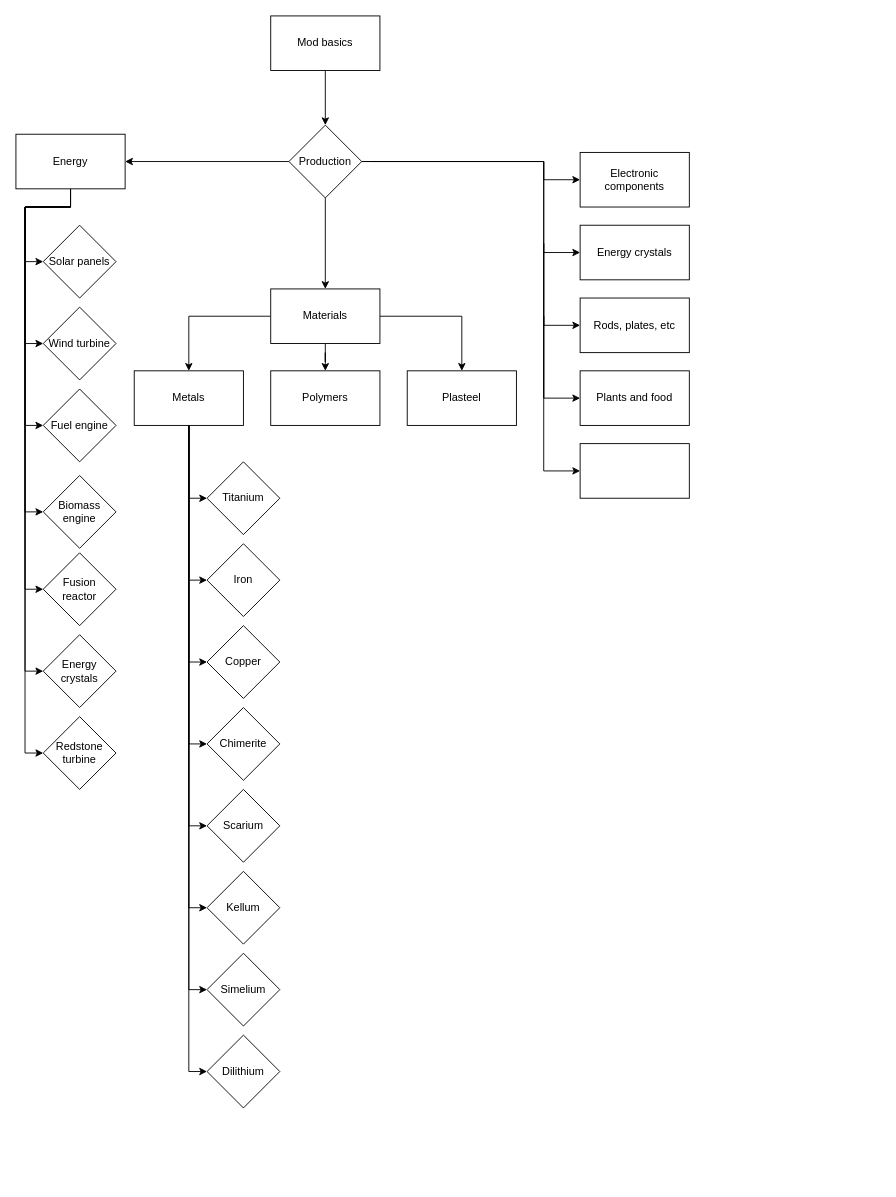
Above: page "BASICS" (8 of 8) of SynchromaProgression.drawio in x3rdev/Synchroma (draw.io), before the change. Source tidied: cells renumbered, new cells numbered last; positions are measured from the earlier drawing's top-left corner, leaving out a move shared by most shapes. Both pictures are drawn from the tidied source at 91%, with x=0, y=0 at pixel (15, 15).
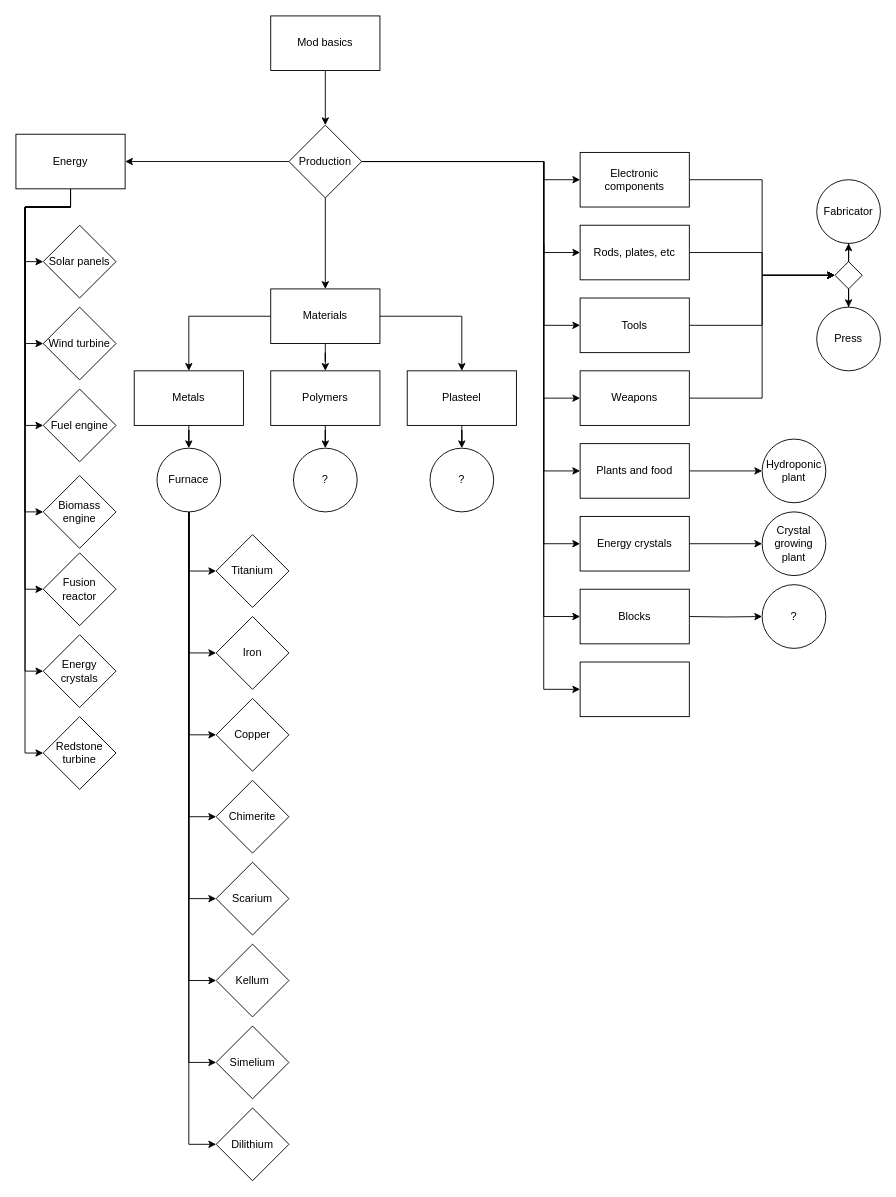
The same page after the edit.

Unchanged cells that the change refers to:
```xml
<mxCell id="8" value="Production" style="rhombus;whiteSpace=wrap;html=1;" parent="1" vertex="1">
  <mxGeometry x="300" y="120" width="80" height="80" as="geometry" />
</mxCell>
<mxCell id="36" value="Metals" style="rounded=0;whiteSpace=wrap;html=1;" parent="1" vertex="1">
  <mxGeometry x="130" y="390" width="120" height="60" as="geometry" />
</mxCell>
<mxCell id="37" value="Polymers" style="whiteSpace=wrap;html=1;rounded=0;" parent="1" vertex="1">
  <mxGeometry x="280" y="390" width="120" height="60" as="geometry" />
</mxCell>
<mxCell id="46" value="Electronic components" style="rounded=0;whiteSpace=wrap;html=1;" parent="1" vertex="1">
  <mxGeometry x="620" y="150" width="120" height="60" as="geometry" />
</mxCell>
<mxCell id="52" value="Plasteel" style="whiteSpace=wrap;html=1;rounded=0;" parent="1" vertex="1">
  <mxGeometry x="430" y="390" width="120" height="60" as="geometry" />
</mxCell>
```

Diff of the diagram source:
```diff
@@
     <mxCell id="6" style="edgeStyle=orthogonalEdgeStyle;rounded=0;jettySize=auto;html=1;entryX=0;entryY=0.5;entryDx=0;entryDy=0;exitX=1;exitY=0.5;exitDx=0;exitDy=0;" parent="1" edge="1" source="8" target="47">
       <mxGeometry relative="1" as="geometry">
         <Array as="points">
           <mxPoint x="580" y="160" />
-          <mxPoint x="580" y="260" />
+          <mxPoint x="580" y="580" />
         </Array>
       </mxGeometry>
     </mxCell>
@@
+    <mxCell id="55" style="edgeStyle=orthogonalEdgeStyle;rounded=0;jettySize=auto;html=1;entryX=0;entryY=0.5;entryDx=0;entryDy=0;" parent="1" edge="1" source="8" target="67">
+      <mxGeometry relative="1" as="geometry">
+        <Array as="points">
+          <mxPoint x="580" y="160" />
+          <mxPoint x="580" y="340" />
+        </Array>
+      </mxGeometry>
+    </mxCell>
+    <mxCell id="56" style="edgeStyle=orthogonalEdgeStyle;rounded=0;jettySize=auto;html=1;entryX=0;entryY=0.5;entryDx=0;entryDy=0;" parent="1" edge="1" source="8" target="68">
+      <mxGeometry relative="1" as="geometry">
+        <Array as="points">
+          <mxPoint x="580" y="160" />
+          <mxPoint x="580" y="660" />
+        </Array>
+      </mxGeometry>
+    </mxCell>
+    <mxCell id="57" style="edgeStyle=orthogonalEdgeStyle;rounded=0;jettySize=auto;html=1;entryX=0;entryY=0.5;entryDx=0;entryDy=0;" parent="1" edge="1" source="8" target="69">
+      <mxGeometry relative="1" as="geometry">
+        <Array as="points">
+          <mxPoint x="580" y="160" />
+          <mxPoint x="580" y="740" />
+        </Array>
+      </mxGeometry>
+    </mxCell>
@@
-    <mxCell id="28" style="edgeStyle=orthogonalEdgeStyle;rounded=0;jettySize=auto;html=1;entryX=0;entryY=0.5;entryDx=0;entryDy=0;" parent="1" edge="1" source="36" target="38">
-      <mxGeometry relative="1" as="geometry">
-        <Array as="points">
-          <mxPoint x="190" y="530" />
-        </Array>
-      </mxGeometry>
-    </mxCell>
-    <mxCell id="29" style="edgeStyle=orthogonalEdgeStyle;rounded=0;jettySize=auto;html=1;entryX=0;entryY=0.5;entryDx=0;entryDy=0;" parent="1" edge="1" source="36" target="45">
-      <mxGeometry relative="1" as="geometry">
-        <Array as="points">
-          <mxPoint x="190" y="1160" />
-        </Array>
-      </mxGeometry>
-    </mxCell>
-    <mxCell id="30" style="edgeStyle=orthogonalEdgeStyle;rounded=0;jettySize=auto;html=1;entryX=0;entryY=0.5;entryDx=0;entryDy=0;" parent="1" edge="1" source="36" target="39">
-      <mxGeometry relative="1" as="geometry">
-        <Array as="points">
-          <mxPoint x="190" y="620" />
-        </Array>
-      </mxGeometry>
-    </mxCell>
-    <mxCell id="31" style="edgeStyle=orthogonalEdgeStyle;rounded=0;jettySize=auto;html=1;entryX=0;entryY=0.5;entryDx=0;entryDy=0;" parent="1" edge="1" source="36" target="40">
-      <mxGeometry relative="1" as="geometry" />
-    </mxCell>
-    <mxCell id="32" style="edgeStyle=orthogonalEdgeStyle;rounded=0;jettySize=auto;html=1;entryX=0;entryY=0.5;entryDx=0;entryDy=0;" parent="1" edge="1" source="36" target="41">
-      <mxGeometry relative="1" as="geometry" />
-    </mxCell>
-    <mxCell id="33" style="edgeStyle=orthogonalEdgeStyle;rounded=0;jettySize=auto;html=1;entryX=0;entryY=0.5;entryDx=0;entryDy=0;" parent="1" edge="1" source="36" target="42">
-      <mxGeometry relative="1" as="geometry" />
-    </mxCell>
-    <mxCell id="34" style="edgeStyle=orthogonalEdgeStyle;rounded=0;jettySize=auto;html=1;entryX=0;entryY=0.5;entryDx=0;entryDy=0;" parent="1" edge="1" source="36" target="43">
-      <mxGeometry relative="1" as="geometry" />
-    </mxCell>
-    <mxCell id="35" style="edgeStyle=orthogonalEdgeStyle;rounded=0;jettySize=auto;html=1;entryX=0;entryY=0.5;entryDx=0;entryDy=0;" parent="1" edge="1" source="36" target="44">
-      <mxGeometry relative="1" as="geometry" />
-    </mxCell>
+    <mxCell id="58" style="edgeStyle=orthogonalEdgeStyle;rounded=0;jettySize=auto;html=1;entryX=0.5;entryY=0;entryDx=0;entryDy=0;" parent="1" edge="1" source="36" target="82">
+      <mxGeometry relative="1" as="geometry" />
+    </mxCell>
@@
+    <mxCell id="59" style="edgeStyle=orthogonalEdgeStyle;rounded=0;jettySize=auto;html=1;" parent="1" edge="1" source="37" target="83">
+      <mxGeometry relative="1" as="geometry" />
+    </mxCell>
@@
     <mxCell id="38" value="Titanium" style="rhombus;whiteSpace=wrap;html=1;" parent="1" vertex="1">
-      <mxGeometry x="210" y="490" width="80" height="80" as="geometry" />
+      <mxGeometry x="220" y="570" width="80" height="80" as="geometry" />
     </mxCell>
     <mxCell id="39" value="Iron" style="rhombus;whiteSpace=wrap;html=1;" parent="1" vertex="1">
-      <mxGeometry x="210" y="580" width="80" height="80" as="geometry" />
+      <mxGeometry x="220" y="660" width="80" height="80" as="geometry" />
     </mxCell>
     <mxCell id="40" value="Copper" style="rhombus;whiteSpace=wrap;html=1;" parent="1" vertex="1">
-      <mxGeometry x="210" y="670" width="80" height="80" as="geometry" />
+      <mxGeometry x="220" y="750" width="80" height="80" as="geometry" />
     </mxCell>
     <mxCell id="41" value="Сhimerite" style="rhombus;whiteSpace=wrap;html=1;" parent="1" vertex="1">
-      <mxGeometry x="210" y="760" width="80" height="80" as="geometry" />
+      <mxGeometry x="220" y="840" width="80" height="80" as="geometry" />
     </mxCell>
     <mxCell id="42" value="Scarium" style="rhombus;whiteSpace=wrap;html=1;" parent="1" vertex="1">
-      <mxGeometry x="210" y="850" width="80" height="80" as="geometry" />
+      <mxGeometry x="220" y="930" width="80" height="80" as="geometry" />
     </mxCell>
     <mxCell id="43" value="Kellum" style="rhombus;whiteSpace=wrap;html=1;" parent="1" vertex="1">
-      <mxGeometry x="210" y="940" width="80" height="80" as="geometry" />
+      <mxGeometry x="220" y="1020" width="80" height="80" as="geometry" />
     </mxCell>
     <mxCell id="44" value="Simelium" style="rhombus;whiteSpace=wrap;html=1;" parent="1" vertex="1">
-      <mxGeometry x="210" y="1030" width="80" height="80" as="geometry" />
+      <mxGeometry x="220" y="1110" width="80" height="80" as="geometry" />
     </mxCell>
     <mxCell id="45" value="Dilithium" style="rhombus;whiteSpace=wrap;html=1;" parent="1" vertex="1">
-      <mxGeometry x="210" y="1120" width="80" height="80" as="geometry" />
+      <mxGeometry x="220" y="1200" width="80" height="80" as="geometry" />
     </mxCell>
+    <mxCell id="60" style="edgeStyle=orthogonalEdgeStyle;rounded=0;jettySize=auto;html=1;entryX=0;entryY=0.5;entryDx=0;entryDy=0;" parent="1" edge="1" source="46" target="89">
+      <mxGeometry relative="1" as="geometry" />
+    </mxCell>
@@
+    <mxCell id="61" style="edgeStyle=orthogonalEdgeStyle;rounded=0;jettySize=auto;html=1;entryX=0;entryY=0.5;entryDx=0;entryDy=0;" parent="1" edge="1" source="47" target="70">
+      <mxGeometry relative="1" as="geometry" />
+    </mxCell>
     <mxCell id="47" value="Energy crystals" style="rounded=0;whiteSpace=wrap;html=1;" parent="1" vertex="1">
-      <mxGeometry x="620" y="230" width="120" height="60" as="geometry" />
+      <mxGeometry x="620" y="550" width="120" height="60" as="geometry" />
     </mxCell>
     <mxCell id="48" style="edgeStyle=orthogonalEdgeStyle;rounded=0;jettySize=auto;html=1;entryX=0;entryY=0.5;entryDx=0;entryDy=0;" parent="1" edge="1" target="49">
       <mxGeometry relative="1" as="geometry">
         <mxPoint x="380" y="160" as="sourcePoint" />
         <Array as="points">
           <mxPoint x="580" y="160" />
-          <mxPoint x="580" y="340" />
+          <mxPoint x="580" y="260" />
         </Array>
       </mxGeometry>
     </mxCell>
+    <mxCell id="62" style="edgeStyle=orthogonalEdgeStyle;rounded=0;jettySize=auto;html=1;entryX=0;entryY=0.5;entryDx=0;entryDy=0;" parent="1" edge="1" source="49" target="89">
+      <mxGeometry relative="1" as="geometry" />
+    </mxCell>
     <mxCell id="49" value="Rods, plates, etc" style="rounded=0;whiteSpace=wrap;html=1;" parent="1" vertex="1">
-      <mxGeometry x="620" y="310" width="120" height="60" as="geometry" />
+      <mxGeometry x="620" y="230" width="120" height="60" as="geometry" />
     </mxCell>
@@
+    <mxCell id="63" style="edgeStyle=orthogonalEdgeStyle;rounded=0;jettySize=auto;html=1;entryX=0;entryY=0.5;entryDx=0;entryDy=0;" parent="1" edge="1" source="51" target="71">
+      <mxGeometry relative="1" as="geometry" />
+    </mxCell>
     <mxCell id="51" value="Plants and food" style="rounded=0;whiteSpace=wrap;html=1;" parent="1" vertex="1">
-      <mxGeometry x="620" y="390" width="120" height="60" as="geometry" />
+      <mxGeometry x="620" y="470" width="120" height="60" as="geometry" />
     </mxCell>
+    <mxCell id="64" style="edgeStyle=orthogonalEdgeStyle;rounded=0;jettySize=auto;html=1;" parent="1" edge="1" source="52" target="84">
+      <mxGeometry relative="1" as="geometry" />
+    </mxCell>
@@
+    <mxCell id="65" style="edgeStyle=orthogonalEdgeStyle;rounded=0;jettySize=auto;html=1;entryX=0;entryY=0.5;entryDx=0;entryDy=0;" parent="1" edge="1" source="53" target="89">
+      <mxGeometry relative="1" as="geometry" />
+    </mxCell>
-    <mxCell id="53" style="rounded=0;whiteSpace=wrap;html=1;" parent="1" vertex="1">
-      <mxGeometry x="620" y="470" width="120" height="60" as="geometry" />
+    <mxCell id="53" value="Weapons" style="rounded=0;whiteSpace=wrap;html=1;" parent="1" vertex="1">
+      <mxGeometry x="620" y="390" width="120" height="60" as="geometry" />
     </mxCell>
-    <mxCell id="54" style="edgeStyle=orthogonalEdgeStyle;rounded=0;orthogonalLoop=1;jettySize=auto;html=1;entryX=0;entryY=0.5;entryDx=0;entryDy=0;" parent="1" edge="1">
+    <mxCell id="54" style="edgeStyle=orthogonalEdgeStyle;rounded=0;jettySize=auto;html=1;entryX=0;entryY=0.5;entryDx=0;entryDy=0;" parent="1" edge="1" target="53">
       <mxGeometry relative="1" as="geometry">
         <mxPoint x="580" y="420" as="sourcePoint" />
-        <mxPoint x="620" y="500" as="targetPoint" />
         <Array as="points">
-          <mxPoint x="580" y="330" />
-          <mxPoint x="580" y="520" />
+          <mxPoint x="600" y="420" />
+          <mxPoint x="600" y="420" />
         </Array>
       </mxGeometry>
     </mxCell>
+    <mxCell id="66" style="edgeStyle=orthogonalEdgeStyle;rounded=0;jettySize=auto;html=1;entryX=0;entryY=0.5;entryDx=0;entryDy=0;" parent="1" edge="1" source="67" target="89">
+      <mxGeometry relative="1" as="geometry" />
+    </mxCell>
+    <mxCell id="67" value="Tools" style="rounded=0;whiteSpace=wrap;html=1;" parent="1" vertex="1">
+      <mxGeometry x="620" y="310" width="120" height="60" as="geometry" />
+    </mxCell>
+    <mxCell id="68" value="Blocks" style="rounded=0;whiteSpace=wrap;html=1;" parent="1" vertex="1">
+      <mxGeometry x="620" y="630" width="120" height="60" as="geometry" />
+    </mxCell>
+    <mxCell id="69" style="rounded=0;whiteSpace=wrap;html=1;" parent="1" vertex="1">
+      <mxGeometry x="620" y="710" width="120" height="60" as="geometry" />
+    </mxCell>
+    <mxCell id="70" value="Crystal growing plant" style="ellipse;whiteSpace=wrap;html=1;" parent="1" vertex="1">
+      <mxGeometry x="820" y="545" width="70" height="70" as="geometry" />
+    </mxCell>
+    <mxCell id="71" value="Hydroponic plant" style="ellipse;whiteSpace=wrap;html=1;" parent="1" vertex="1">
+      <mxGeometry x="820" y="465" width="70" height="70" as="geometry" />
+    </mxCell>
+    <mxCell id="72" style="edgeStyle=orthogonalEdgeStyle;rounded=0;jettySize=auto;html=1;entryX=0;entryY=0.5;entryDx=0;entryDy=0;" parent="1" edge="1" target="73">
+      <mxGeometry relative="1" as="geometry">
+        <mxPoint x="740" y="660" as="sourcePoint" />
+      </mxGeometry>
+    </mxCell>
+    <mxCell id="73" value="?" style="ellipse;whiteSpace=wrap;html=1;" parent="1" vertex="1">
+      <mxGeometry x="820" y="625" width="70" height="70" as="geometry" />
+    </mxCell>
+    <mxCell id="74" style="edgeStyle=orthogonalEdgeStyle;rounded=0;jettySize=auto;html=1;entryX=0;entryY=0.5;entryDx=0;entryDy=0;" parent="1" edge="1" source="82" target="38">
+      <mxGeometry relative="1" as="geometry" />
+    </mxCell>
+    <mxCell id="75" style="edgeStyle=orthogonalEdgeStyle;rounded=0;jettySize=auto;html=1;entryX=0;entryY=0.5;entryDx=0;entryDy=0;" parent="1" edge="1" source="82" target="39">
+      <mxGeometry relative="1" as="geometry" />
+    </mxCell>
+    <mxCell id="76" style="edgeStyle=orthogonalEdgeStyle;rounded=0;jettySize=auto;html=1;entryX=0;entryY=0.5;entryDx=0;entryDy=0;" parent="1" edge="1" source="82" target="40">
+      <mxGeometry relative="1" as="geometry" />
+    </mxCell>
+    <mxCell id="77" style="edgeStyle=orthogonalEdgeStyle;rounded=0;jettySize=auto;html=1;entryX=0;entryY=0.5;entryDx=0;entryDy=0;" parent="1" edge="1" source="82" target="41">
+      <mxGeometry relative="1" as="geometry" />
+    </mxCell>
+    <mxCell id="78" style="edgeStyle=orthogonalEdgeStyle;rounded=0;jettySize=auto;html=1;entryX=0;entryY=0.5;entryDx=0;entryDy=0;" parent="1" edge="1" source="82" target="42">
+      <mxGeometry relative="1" as="geometry" />
+    </mxCell>
+    <mxCell id="79" style="edgeStyle=orthogonalEdgeStyle;rounded=0;jettySize=auto;html=1;entryX=0;entryY=0.5;entryDx=0;entryDy=0;" parent="1" edge="1" source="82" target="43">
+      <mxGeometry relative="1" as="geometry" />
+    </mxCell>
+    <mxCell id="80" style="edgeStyle=orthogonalEdgeStyle;rounded=0;jettySize=auto;html=1;entryX=0;entryY=0.5;entryDx=0;entryDy=0;" parent="1" edge="1" source="82" target="44">
+      <mxGeometry relative="1" as="geometry" />
+    </mxCell>
+    <mxCell id="81" style="edgeStyle=orthogonalEdgeStyle;rounded=0;jettySize=auto;html=1;entryX=0;entryY=0.5;entryDx=0;entryDy=0;" parent="1" edge="1" source="82" target="45">
+      <mxGeometry relative="1" as="geometry" />
+    </mxCell>
+    <mxCell id="82" value="Furnace" style="ellipse;whiteSpace=wrap;html=1;" parent="1" vertex="1">
+      <mxGeometry x="155" y="475" width="70" height="70" as="geometry" />
+    </mxCell>
+    <mxCell id="83" value="?" style="ellipse;whiteSpace=wrap;html=1;" parent="1" vertex="1">
+      <mxGeometry x="305" y="475" width="70" height="70" as="geometry" />
+    </mxCell>
+    <mxCell id="84" value="?" style="ellipse;whiteSpace=wrap;html=1;" parent="1" vertex="1">
+      <mxGeometry x="455" y="475" width="70" height="70" as="geometry" />
+    </mxCell>
+    <mxCell id="85" value="Fabricator" style="ellipse;whiteSpace=wrap;html=1;" parent="1" vertex="1">
+      <mxGeometry x="880" y="180" width="70" height="70" as="geometry" />
+    </mxCell>
+    <mxCell id="86" value="Press" style="ellipse;whiteSpace=wrap;html=1;" parent="1" vertex="1">
+      <mxGeometry x="880" y="320" width="70" height="70" as="geometry" />
+    </mxCell>
+    <mxCell id="87" style="edgeStyle=orthogonalEdgeStyle;rounded=0;jettySize=auto;html=1;" parent="1" edge="1" source="89" target="85">
+      <mxGeometry relative="1" as="geometry" />
+    </mxCell>
+    <mxCell id="88" style="edgeStyle=orthogonalEdgeStyle;rounded=0;jettySize=auto;html=1;" parent="1" edge="1" source="89" target="86">
+      <mxGeometry relative="1" as="geometry" />
+    </mxCell>
+    <mxCell id="89" style="rhombus;whiteSpace=wrap;html=1;" parent="1" vertex="1">
+      <mxGeometry x="900" y="270" width="30" height="30" as="geometry" />
+    </mxCell>
```
